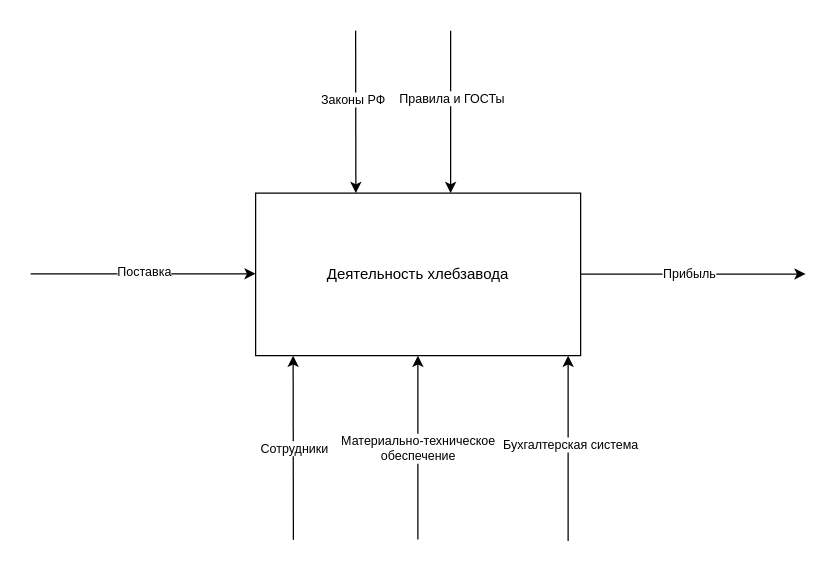
Earlier version of the draw.io diagram Untitled Diagram.drawio (AndrewGanzha/bakersystem). Source tidied: cells renumbered, new cells numbered last; positions are measured from the earlier drawing's top-left corner, leaving out a move shared by most shapes. Both pictures are drawn from the tidied source at 125%, with x=0, y=0 at pixel (30, 30).
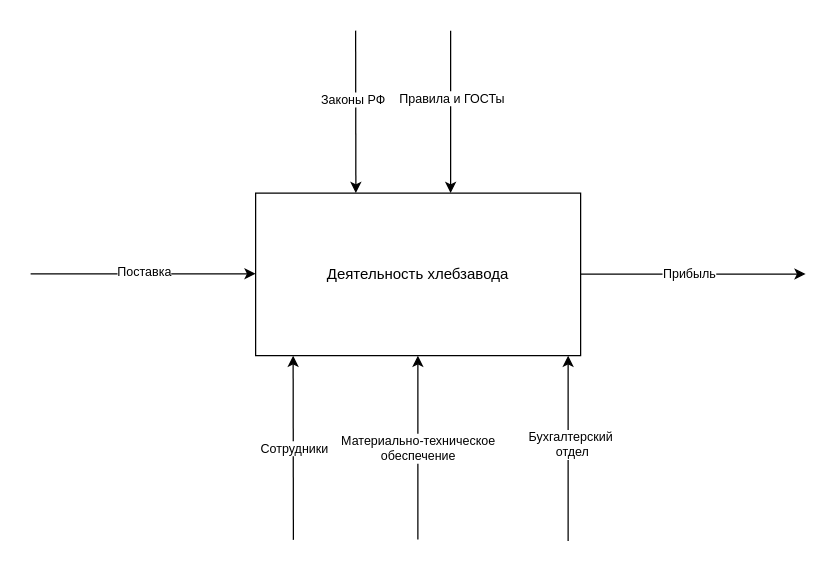
The same page after the edit.

Unchanged cells that the change refers to:
```xml
<mxCell id="13" style="endArrow=classic;html=1;rounded=0;entryX=0.654;entryY=1.015;entryDx=0;entryDy=0;entryPerimeter=0;" parent="1" edge="1">
  <mxGeometry relative="1" as="geometry">
    <mxPoint x="430" y="408.3" as="sourcePoint" />
    <mxPoint x="430" y="260" as="targetPoint" />
  </mxGeometry>
</mxCell>
```

The edit, as a diff of the source:
```diff
@@
-    <mxCell id="14" value="Бухгалтерская система" style="edgeLabel;html=1;align=center;verticalAlign=middle;fontSize=10;" parent="13" vertex="1">
+    <mxCell id="14" value="Бухгалтерский&lt;br&gt;&amp;nbsp;отдел" style="edgeLabel;html=1;align=center;verticalAlign=middle;fontSize=10;" parent="13" vertex="1">
       <mxGeometry x="0.05" y="-1" relative="1" as="geometry" />
     </mxCell>
```
